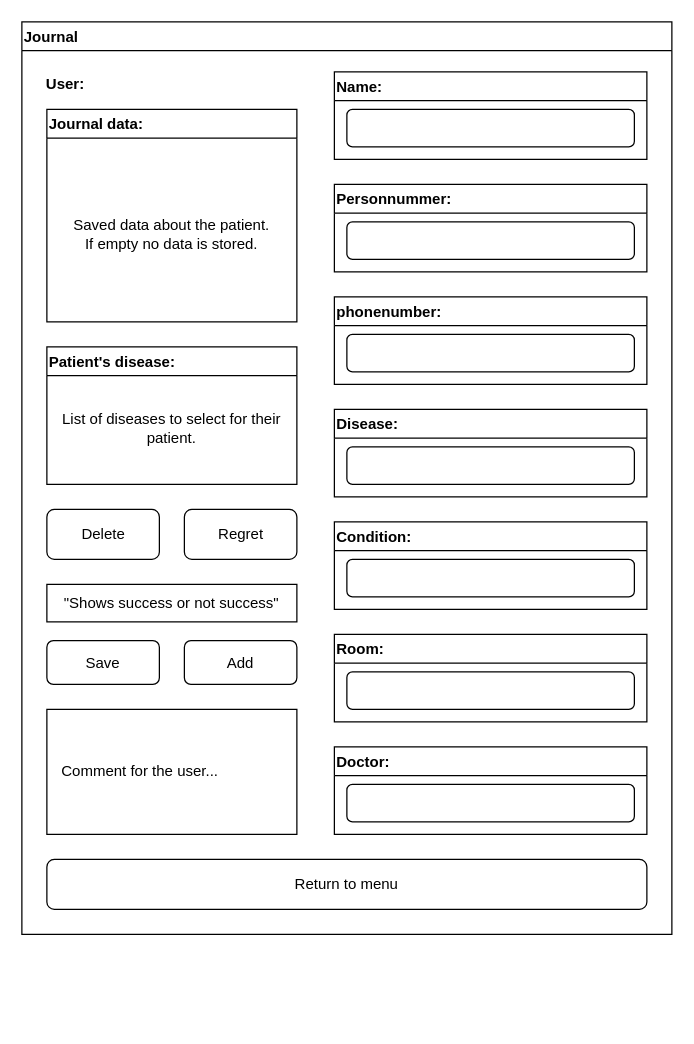
Earlier version of the draw.io diagram GUI/ritning-journal.drawio (mazrli/Grupp). Source tidied: cells renumbered, new cells numbered last; positions are measured from the earlier drawing's top-left corner, leaving out a move shared by most shapes. Both pictures are drawn from the tidied source at 125%, with x=0, y=0 at pixel (21, 21).
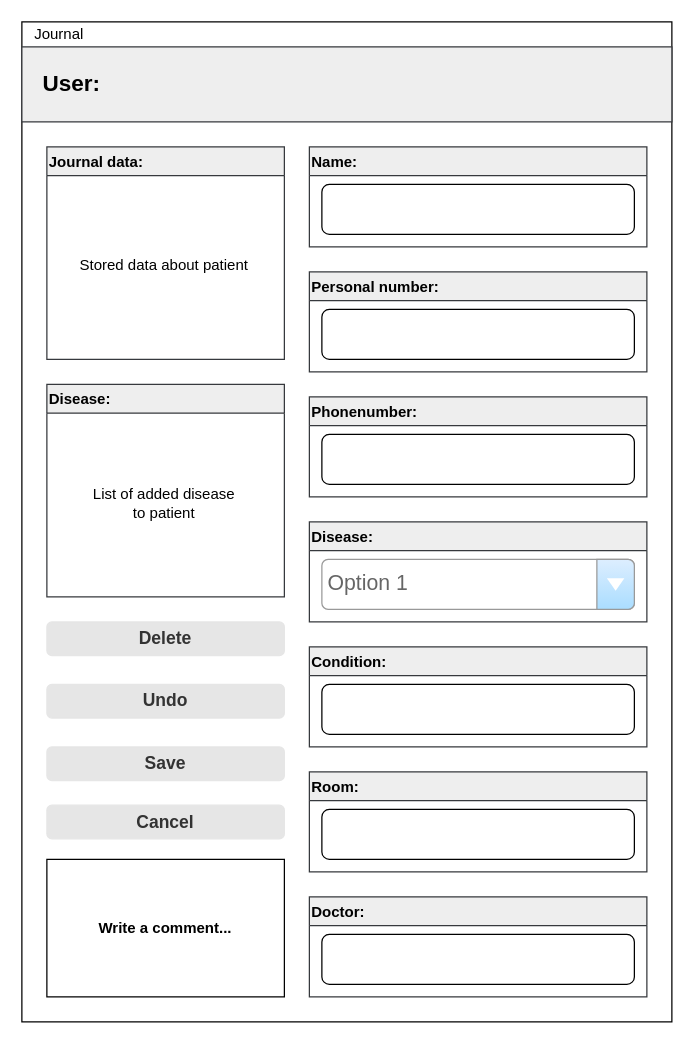
After the change.

What changed in the source:
```diff
@@
+    <mxCell id="36" style="rounded=0;whiteSpace=wrap;html=1;" parent="1" vertex="1">
+      <mxGeometry width="520" height="800" as="geometry" />
+    </mxCell>
+    <mxCell id="37" style="rounded=0;whiteSpace=wrap;html=1;fillColor=#eeeeee;strokeColor=#36393d;" parent="1" vertex="1">
+      <mxGeometry y="20" width="520" height="60" as="geometry" />
+    </mxCell>
+    <mxCell id="38" value="&lt;font size=&quot;1&quot;&gt;&lt;b style=&quot;font-size: 18px&quot;&gt;User&lt;/b&gt;&lt;b style=&quot;font-size: 18px&quot;&gt;:&lt;/b&gt;&lt;/font&gt;" style="text;html=1;strokeColor=none;fillColor=none;align=center;verticalAlign=middle;whiteSpace=wrap;rounded=0;" parent="1" vertex="1">
+      <mxGeometry x="10" y="35" width="60" height="30" as="geometry" />
+    </mxCell>
+    <mxCell id="5" value="Name:" style="swimlane;fillColor=#eeeeee;strokeColor=#36393d;align=left;" parent="1" vertex="1">
+      <mxGeometry x="230" y="100" width="270" height="80" as="geometry" />
+    </mxCell>
+    <mxCell id="39" style="rounded=1;whiteSpace=wrap;html=1;" parent="5" vertex="1">
+      <mxGeometry x="10" y="30" width="250" height="40" as="geometry" />
+    </mxCell>
+    <mxCell id="40" value="Personal number:" style="swimlane;fillColor=#eeeeee;strokeColor=#36393d;align=left;" parent="1" vertex="1">
+      <mxGeometry x="230" y="200" width="270" height="80" as="geometry" />
+    </mxCell>
+    <mxCell id="41" style="rounded=1;whiteSpace=wrap;html=1;" parent="40" vertex="1">
+      <mxGeometry x="10" y="30" width="250" height="40" as="geometry" />
+    </mxCell>
+    <mxCell id="42" value="Phonenumber:" style="swimlane;fillColor=#eeeeee;strokeColor=#36393d;align=left;" parent="1" vertex="1">
+      <mxGeometry x="230" y="300" width="270" height="80" as="geometry" />
+    </mxCell>
+    <mxCell id="43" style="rounded=1;whiteSpace=wrap;html=1;" parent="42" vertex="1">
+      <mxGeometry x="10" y="30" width="250" height="40" as="geometry" />
+    </mxCell>
+    <mxCell id="44" value="Disease:" style="swimlane;fillColor=#eeeeee;strokeColor=#36393d;align=left;" parent="1" vertex="1">
+      <mxGeometry x="230" y="400" width="270" height="80" as="geometry" />
+    </mxCell>
+    <mxCell id="21" value="Condition:" style="swimlane;fillColor=#eeeeee;strokeColor=#36393d;align=left;" parent="1" vertex="1">
+      <mxGeometry x="230" y="500" width="270" height="80" as="geometry" />
+    </mxCell>
+    <mxCell id="45" style="rounded=1;whiteSpace=wrap;html=1;" parent="21" vertex="1">
+      <mxGeometry x="10" y="30" width="250" height="40" as="geometry" />
+    </mxCell>
+    <mxCell id="23" value="Room:" style="swimlane;fillColor=#eeeeee;strokeColor=#36393d;align=left;" parent="1" vertex="1">
+      <mxGeometry x="230" y="600" width="270" height="80" as="geometry" />
+    </mxCell>
+    <mxCell id="46" style="rounded=1;whiteSpace=wrap;html=1;" parent="23" vertex="1">
+      <mxGeometry x="10" y="30" width="250" height="40" as="geometry" />
+    </mxCell>
+    <mxCell id="25" value="Doctor:" style="swimlane;fillColor=#eeeeee;strokeColor=#36393d;align=left;" parent="1" vertex="1">
+      <mxGeometry x="230" y="700" width="270" height="80" as="geometry" />
+    </mxCell>
+    <mxCell id="47" style="rounded=1;whiteSpace=wrap;html=1;" parent="25" vertex="1">
+      <mxGeometry x="10" y="30" width="250" height="40" as="geometry" />
+    </mxCell>
+    <mxCell id="3" value="Journal data:" style="swimlane;align=left;fillColor=#eeeeee;strokeColor=#36393d;" parent="1" vertex="1">
+      <mxGeometry x="20" y="100" width="190" height="170" as="geometry" />
+    </mxCell>
+    <mxCell id="48" value="Stored data about patient" style="text;html=1;strokeColor=none;fillColor=none;align=center;verticalAlign=middle;whiteSpace=wrap;rounded=0;" parent="3" vertex="1">
+      <mxGeometry x="8" y="30" width="172" height="130" as="geometry" />
+    </mxCell>
+    <mxCell id="49" value="Disease:" style="swimlane;align=left;fillColor=#eeeeee;strokeColor=#36393d;" parent="1" vertex="1">
+      <mxGeometry x="20" y="290" width="190" height="170" as="geometry" />
+    </mxCell>
+    <mxCell id="50" value="List of added disease &lt;br&gt;to patient" style="text;html=1;strokeColor=none;fillColor=none;align=center;verticalAlign=middle;whiteSpace=wrap;rounded=0;labelPosition=center;verticalLabelPosition=middle;" parent="49" vertex="1">
+      <mxGeometry x="8" y="30" width="172" height="130" as="geometry" />
+    </mxCell>
+    <mxCell id="51" value="&lt;b&gt;Write a comment...&lt;/b&gt;" style="rounded=0;whiteSpace=wrap;html=1;align=center;gradientColor=#ffffff;spacingTop=0;labelPosition=center;verticalLabelPosition=middle;verticalAlign=middle;" parent="1" vertex="1">
+      <mxGeometry x="20" y="670" width="190" height="110" as="geometry" />
+    </mxCell>
+    <mxCell id="18" value="&lt;font size=&quot;1&quot;&gt;&lt;b style=&quot;font-size: 14px&quot;&gt;Save&lt;/b&gt;&lt;/font&gt;" style="rounded=1;html=1;shadow=0;dashed=0;whiteSpace=wrap;fontSize=10;fillColor=#E6E6E6;align=center;strokeColor=#E6E6E6;fontColor=#333333;" parent="1" vertex="1">
+      <mxGeometry x="20" y="580" width="190" height="26.9" as="geometry" />
+    </mxCell>
+    <mxCell id="52" value="&lt;font size=&quot;1&quot;&gt;&lt;b style=&quot;font-size: 14px&quot;&gt;Undo&lt;/b&gt;&lt;/font&gt;" style="rounded=1;html=1;shadow=0;dashed=0;whiteSpace=wrap;fontSize=10;fillColor=#E6E6E6;align=center;strokeColor=#E6E6E6;fontColor=#333333;" parent="1" vertex="1">
+      <mxGeometry x="20" y="530" width="190" height="26.9" as="geometry" />
+    </mxCell>
+    <mxCell id="31" value="&lt;font size=&quot;1&quot;&gt;&lt;b style=&quot;font-size: 14px&quot;&gt;Delete&lt;/b&gt;&lt;/font&gt;" style="rounded=1;html=1;shadow=0;dashed=0;whiteSpace=wrap;fontSize=10;fillColor=#E6E6E6;align=center;strokeColor=#E6E6E6;fontColor=#333333;" parent="1" vertex="1">
+      <mxGeometry x="20" y="480" width="190" height="26.9" as="geometry" />
+    </mxCell>
+    <mxCell id="53" value="&lt;font size=&quot;1&quot;&gt;&lt;b style=&quot;font-size: 14px&quot;&gt;Cancel&lt;/b&gt;&lt;/font&gt;" style="rounded=1;html=1;shadow=0;dashed=0;whiteSpace=wrap;fontSize=10;fillColor=#E6E6E6;align=center;strokeColor=#E6E6E6;fontColor=#333333;" parent="1" vertex="1">
+      <mxGeometry x="20" y="626.6" width="190" height="26.9" as="geometry" />
+    </mxCell>
+    <mxCell id="54" value="Option 1" style="strokeWidth=1;shadow=0;dashed=0;align=center;html=1;shape=mxgraph.mockup.forms.comboBox;strokeColor=#999999;fillColor=#ddeeff;align=left;fillColor2=#aaddff;mainText=;fontColor=#666666;fontSize=17;spacingLeft=3;" parent="1" vertex="1">
+      <mxGeometry x="240" y="430" width="250" height="40" as="geometry" />
+    </mxCell>
-    <mxCell id="2" value="Journal" style="swimlane;align=left;" parent="1" vertex="1">
-      <mxGeometry width="520" height="730" as="geometry" />
+    <mxCell id="2" value="Journal" style="text;html=1;strokeColor=none;fillColor=none;align=center;verticalAlign=middle;whiteSpace=wrap;rounded=0;" parent="1" vertex="1">
+      <mxGeometry width="60" height="20" as="geometry" />
     </mxCell>
-    <mxCell id="3" value="Journal data:" style="swimlane;align=left;" parent="2" vertex="1">
-      <mxGeometry x="20" y="70" width="200" height="170" as="geometry" />
-    </mxCell>
-    <mxCell id="4" value="Saved data about the patient.&lt;br&gt;If empty no data is stored." style="text;html=1;strokeColor=none;fillColor=none;align=center;verticalAlign=middle;whiteSpace=wrap;rounded=0;" parent="3" vertex="1">
-      <mxGeometry x="10" y="30" width="180" height="140" as="geometry" />
-    </mxCell>
-    <mxCell id="5" value="Name:" style="swimlane;align=left;" parent="2" vertex="1">
-      <mxGeometry x="250" y="40" width="250" height="70" as="geometry" />
-    </mxCell>
-    <mxCell id="6" style="rounded=1;whiteSpace=wrap;html=1;align=left;" parent="5" vertex="1">
-      <mxGeometry x="10" y="30" width="230" height="30" as="geometry" />
-    </mxCell>
-    <mxCell id="7" value="Personnummer:" style="swimlane;align=left;" parent="2" vertex="1">
-      <mxGeometry x="250" y="130" width="250" height="70" as="geometry" />
-    </mxCell>
-    <mxCell id="8" style="rounded=1;whiteSpace=wrap;html=1;align=left;" parent="7" vertex="1">
-      <mxGeometry x="10" y="30" width="230" height="30" as="geometry" />
-    </mxCell>
-    <mxCell id="9" value="phonenumber:" style="swimlane;align=left;" parent="2" vertex="1">
-      <mxGeometry x="250" y="220" width="250" height="70" as="geometry" />
-    </mxCell>
-    <mxCell id="10" style="rounded=1;whiteSpace=wrap;html=1;align=left;" parent="9" vertex="1">
-      <mxGeometry x="10" y="30" width="230" height="30" as="geometry" />
-    </mxCell>
-    <mxCell id="11" value="Disease:" style="swimlane;align=left;" parent="2" vertex="1">
-      <mxGeometry x="250" y="310" width="250" height="70" as="geometry" />
-    </mxCell>
-    <mxCell id="12" style="rounded=1;whiteSpace=wrap;html=1;align=left;" parent="11" vertex="1">
-      <mxGeometry x="10" y="30" width="230" height="30" as="geometry" />
-    </mxCell>
-    <mxCell id="13" value="Patient's disease:" style="swimlane;align=left;" parent="2" vertex="1">
-      <mxGeometry x="20" y="260" width="200" height="110" as="geometry" />
-    </mxCell>
-    <mxCell id="14" value="List of diseases to select for their patient." style="text;html=1;strokeColor=none;fillColor=none;align=center;verticalAlign=middle;whiteSpace=wrap;rounded=0;" parent="13" vertex="1">
-      <mxGeometry x="10" y="30" width="180" height="70" as="geometry" />
-    </mxCell>
-    <mxCell id="15" style="rounded=1;whiteSpace=wrap;html=1;align=left;" parent="2" vertex="1">
-      <mxGeometry x="130" y="495" width="90" height="35" as="geometry" />
-    </mxCell>
-    <mxCell id="16" style="rounded=1;whiteSpace=wrap;html=1;align=left;" parent="2" vertex="1">
-      <mxGeometry x="20" y="495" width="90" height="35" as="geometry" />
-    </mxCell>
-    <mxCell id="17" value="Add" style="text;html=1;strokeColor=none;fillColor=none;align=center;verticalAlign=middle;whiteSpace=wrap;rounded=0;" parent="2" vertex="1">
-      <mxGeometry x="145" y="502.5" width="60" height="20" as="geometry" />
-    </mxCell>
-    <mxCell id="18" value="Save" style="text;html=1;strokeColor=none;fillColor=none;align=center;verticalAlign=middle;whiteSpace=wrap;rounded=0;" parent="2" vertex="1">
-      <mxGeometry x="35" y="501.5" width="60" height="22" as="geometry" />
-    </mxCell>
-    <mxCell id="19" style="rounded=0;whiteSpace=wrap;html=1;align=left;" parent="2" vertex="1">
-      <mxGeometry x="20" y="450" width="200" height="30" as="geometry" />
-    </mxCell>
-    <mxCell id="20" value="&quot;Shows success or not success&quot;" style="text;html=1;strokeColor=none;fillColor=none;align=center;verticalAlign=middle;whiteSpace=wrap;rounded=0;" parent="2" vertex="1">
-      <mxGeometry x="20" y="450" width="200" height="30" as="geometry" />
-    </mxCell>
-    <mxCell id="21" value="Condition:" style="swimlane;align=left;" parent="2" vertex="1">
-      <mxGeometry x="250" y="400" width="250" height="70" as="geometry" />
-    </mxCell>
-    <mxCell id="22" style="rounded=1;whiteSpace=wrap;html=1;align=left;" parent="21" vertex="1">
-      <mxGeometry x="10" y="30" width="230" height="30" as="geometry" />
-    </mxCell>
-    <mxCell id="23" value="Room:" style="swimlane;align=left;" parent="2" vertex="1">
-      <mxGeometry x="250" y="490" width="250" height="70" as="geometry" />
-    </mxCell>
-    <mxCell id="24" style="rounded=1;whiteSpace=wrap;html=1;align=left;" parent="23" vertex="1">
-      <mxGeometry x="10" y="30" width="230" height="30" as="geometry" />
-    </mxCell>
-    <mxCell id="25" value="Doctor:" style="swimlane;align=left;" parent="2" vertex="1">
-      <mxGeometry x="250" y="580" width="250" height="70" as="geometry" />
-    </mxCell>
-    <mxCell id="26" style="rounded=1;whiteSpace=wrap;html=1;align=left;" parent="25" vertex="1">
-      <mxGeometry x="10" y="30" width="230" height="30" as="geometry" />
-    </mxCell>
-    <mxCell id="27" style="rounded=0;whiteSpace=wrap;html=1;align=left;" parent="2" vertex="1">
-      <mxGeometry x="20" y="550" width="200" height="100" as="geometry" />
-    </mxCell>
-    <mxCell id="28" value="Comment for the user..." style="text;html=1;strokeColor=none;fillColor=none;align=left;verticalAlign=middle;whiteSpace=wrap;rounded=0;" parent="2" vertex="1">
-      <mxGeometry x="30" y="560" width="180" height="80" as="geometry" />
-    </mxCell>
-    <mxCell id="29" value="&lt;b&gt;User:&lt;/b&gt;" style="text;html=1;strokeColor=none;fillColor=none;align=center;verticalAlign=middle;whiteSpace=wrap;rounded=0;" parent="2" vertex="1">
-      <mxGeometry x="10" y="40" width="50" height="20" as="geometry" />
-    </mxCell>
-    <mxCell id="30" style="rounded=1;whiteSpace=wrap;html=1;align=left;" parent="2" vertex="1">
-      <mxGeometry x="20" y="390" width="90" height="40" as="geometry" />
-    </mxCell>
-    <mxCell id="31" value="Delete" style="text;html=1;strokeColor=none;fillColor=none;align=center;verticalAlign=middle;whiteSpace=wrap;rounded=0;" parent="2" vertex="1">
-      <mxGeometry x="27.5" y="395" width="75" height="30" as="geometry" />
-    </mxCell>
-    <mxCell id="32" style="rounded=1;whiteSpace=wrap;html=1;align=left;" parent="2" vertex="1">
-      <mxGeometry x="130" y="390" width="90" height="40" as="geometry" />
-    </mxCell>
-    <mxCell id="33" value="Regret" style="text;html=1;strokeColor=none;fillColor=none;align=center;verticalAlign=middle;whiteSpace=wrap;rounded=0;" parent="2" vertex="1">
-      <mxGeometry x="137.5" y="395" width="75" height="30" as="geometry" />
-    </mxCell>
-    <mxCell id="34" style="rounded=1;whiteSpace=wrap;html=1;" parent="2" vertex="1">
-      <mxGeometry x="20" y="670" width="480" height="40" as="geometry" />
-    </mxCell>
-    <mxCell id="35" value="Return to menu" style="text;html=1;strokeColor=none;fillColor=none;align=center;verticalAlign=middle;whiteSpace=wrap;rounded=0;" parent="2" vertex="1">
-      <mxGeometry x="30" y="680" width="460" height="20" as="geometry" />
-    </mxCell>
```
